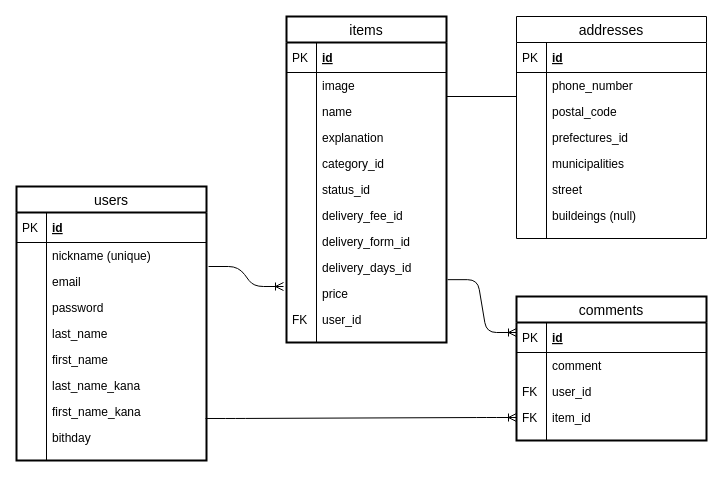
Earlier version of the draw.io diagram erd.drawio (madoca-git/furima_27808). Source tidied: cells renumbered, new cells numbered last; positions are measured from the earlier drawing's top-left corner, leaving out a move shared by most shapes. Both pictures are drawn from the tidied source at 100%, with x=0, y=0 at pixel (16, 16).
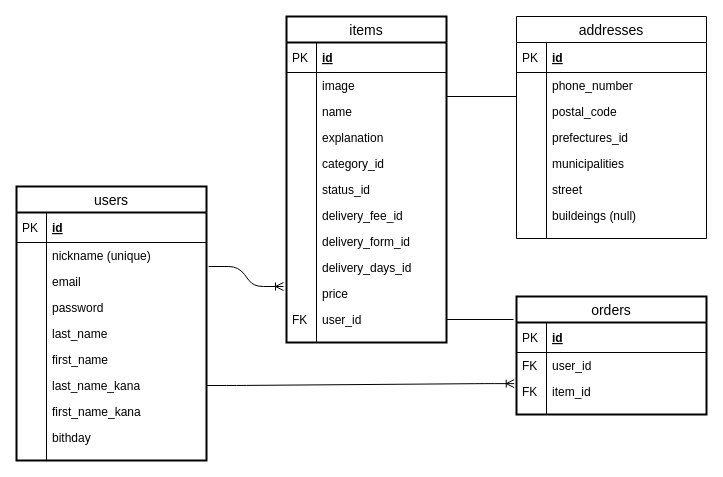
Above is the later version.

The change refers to these unchanged cells:
```xml
<mxCell id="25" value="price " style="shape=partialRectangle;top=0;left=0;right=0;bottom=0;align=left;verticalAlign=top;fillColor=none;spacingLeft=34;spacingRight=4;overflow=hidden;points=[[0,0.5],[1,0.5]];portConstraint=eastwest;fontSize=12;" parent="6" vertex="1">
  <mxGeometry y="264" width="160" height="26" as="geometry" />
</mxCell>
<mxCell id="27" value="user_id" style="shape=partialRectangle;top=0;left=0;right=0;bottom=0;align=left;verticalAlign=top;fillColor=none;spacingLeft=34;spacingRight=4;overflow=hidden;points=[[0,0.5],[1,0.5]];portConstraint=eastwest;fontSize=12;" parent="6" vertex="1">
  <mxGeometry y="290" width="160" height="26" as="geometry" />
</mxCell>
<mxCell id="72" value="last_name_kana" style="shape=partialRectangle;top=0;left=0;right=0;bottom=0;align=left;verticalAlign=top;fillColor=none;spacingLeft=34;spacingRight=4;overflow=hidden;points=[[0,0.5],[1,0.5]];portConstraint=eastwest;fontSize=12;" parent="59" vertex="1">
  <mxGeometry y="186" width="190" height="26" as="geometry" />
</mxCell>
<mxCell id="74" value="first_name_kana" style="shape=partialRectangle;top=0;left=0;right=0;bottom=0;align=left;verticalAlign=top;fillColor=none;spacingLeft=34;spacingRight=4;overflow=hidden;points=[[0,0.5],[1,0.5]];portConstraint=eastwest;fontSize=12;" parent="59" vertex="1">
  <mxGeometry y="212" width="190" height="26" as="geometry" />
</mxCell>
```

The edit, as a diff of the source:
```diff
@@
-    <mxCell id="2" style="edgeStyle=entityRelationEdgeStyle;fontSize=12;html=1;endArrow=ERoneToMany;exitX=0.995;exitY=0.769;exitDx=0;exitDy=0;exitPerimeter=0;entryX=0;entryY=0.5;entryDx=0;entryDy=0;" parent="1" edge="1" source="74" target="55">
+    <mxCell id="2" style="edgeStyle=entityRelationEdgeStyle;fontSize=12;html=1;endArrow=ERoneToMany;exitX=1;exitY=0.5;exitDx=0;exitDy=0;entryX=-0.012;entryY=0.197;entryDx=0;entryDy=0;entryPerimeter=0;" parent="1" edge="1" source="72" target="55">
       <mxGeometry relative="1" as="geometry" />
     </mxCell>
-    <mxCell id="3" style="edgeStyle=entityRelationEdgeStyle;fontSize=12;html=1;endArrow=ERoneToMany;exitX=1.007;exitY=-0.032;exitDx=0;exitDy=0;exitPerimeter=0;entryX=0;entryY=0.25;entryDx=0;entryDy=0;" parent="1" edge="1" source="25" target="48">
-      <mxGeometry relative="1" as="geometry" />
-    </mxCell>
@@
-    <mxCell id="48" value="comments" style="swimlane;fontStyle=0;horizontal=1;startSize=26;align=center;fontSize=14;strokeWidth=2;" parent="1" vertex="1">
-      <mxGeometry x="500" y="280" width="190" height="144" as="geometry" />
+    <mxCell id="48" value="orders" style="swimlane;fontStyle=0;horizontal=1;startSize=26;align=center;fontSize=14;strokeWidth=2;" parent="1" vertex="1">
+      <mxGeometry x="500" y="280" width="190" height="118" as="geometry" />
     </mxCell>
@@
-    <mxCell id="51" value="comment" style="shape=partialRectangle;top=0;left=0;right=0;bottom=0;align=left;verticalAlign=top;fillColor=none;spacingLeft=34;spacingRight=4;overflow=hidden;fontSize=12;" parent="48" vertex="1">
-      <mxGeometry y="56" width="190" height="26" as="geometry" />
-    </mxCell>
-    <mxCell id="52" style="shape=partialRectangle;top=0;left=0;bottom=0;fillColor=none;align=left;verticalAlign=top;spacingLeft=4;spacingRight=4;overflow=hidden;fontSize=12;" parent="51" vertex="1">
-      <mxGeometry width="30" height="26" as="geometry" />
-    </mxCell>
     <mxCell id="53" value="user_id" style="shape=partialRectangle;top=0;left=0;right=0;bottom=0;align=left;verticalAlign=top;fillColor=none;spacingLeft=34;spacingRight=4;overflow=hidden;fontSize=12;" parent="48" vertex="1">
-      <mxGeometry y="82" width="190" height="26" as="geometry" />
+      <mxGeometry y="56" width="190" height="26" as="geometry" />
     </mxCell>
@@
     <mxCell id="55" value="item_id" style="shape=partialRectangle;top=0;left=0;right=0;bottom=0;align=left;verticalAlign=top;fillColor=none;spacingLeft=34;spacingRight=4;overflow=hidden;points=[[0,0.5],[1,0.5]];portConstraint=eastwest;fontSize=12;" parent="48" vertex="1">
-      <mxGeometry y="108" width="190" height="26" as="geometry" />
+      <mxGeometry y="82" width="190" height="26" as="geometry" />
     </mxCell>
@@
     <mxCell id="57" style="shape=partialRectangle;top=0;left=0;right=0;bottom=0;align=left;verticalAlign=top;fillColor=none;spacingLeft=34;spacingRight=4;overflow=hidden;fontSize=12;" parent="48" vertex="1">
-      <mxGeometry y="134" width="190" height="10" as="geometry" />
+      <mxGeometry y="108" width="190" height="10" as="geometry" />
     </mxCell>
@@
+    <mxCell id="80" style="endArrow=none;html=1;rounded=0;entryX=1;entryY=0.5;entryDx=0;entryDy=0;" parent="1" edge="1" target="27">
+      <mxGeometry relative="1" as="geometry">
+        <mxPoint x="497" y="303" as="sourcePoint" />
+      </mxGeometry>
+    </mxCell>
```
